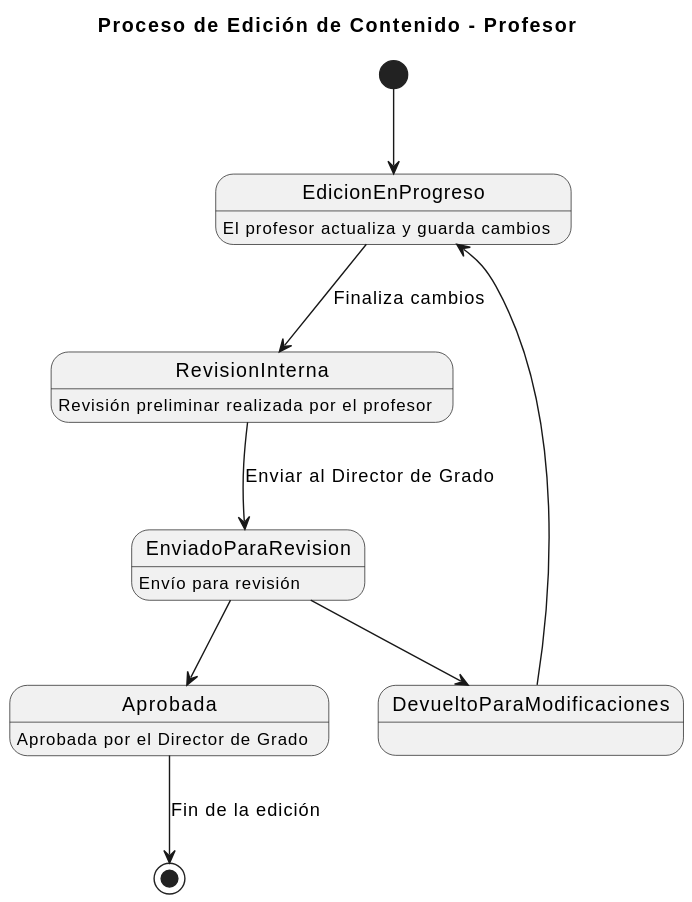
Earlier version of the PlantUML export images/modelosUML/DiagramaEstados/DiagramaDeEstados_EdicionProfesor.svg (mmasias/24-25-IdSw1-SDR). Source of this version:
```plantuml
@startuml
title Proceso de Edición de Contenido - Profesor

[*] --> EdicionEnProgreso
EdicionEnProgreso : El profesor actualiza y guarda cambios

EdicionEnProgreso --> RevisionInterna : Finaliza cambios
RevisionInterna : Revisión preliminar realizada por el profesor

RevisionInterna --> EnviadoParaRevision : Enviar al Director de Grado
EnviadoParaRevision : Envío para revisión

EnviadoParaRevision --> DevueltoParaModificaciones
EnviadoParaRevision --> Aprobada
Aprobada : Aprobada por el Director de Grado
DevueltoParaModificaciones --> EdicionEnProgreso

Aprobada --> [*] : Fin de la edición
@enduml
```
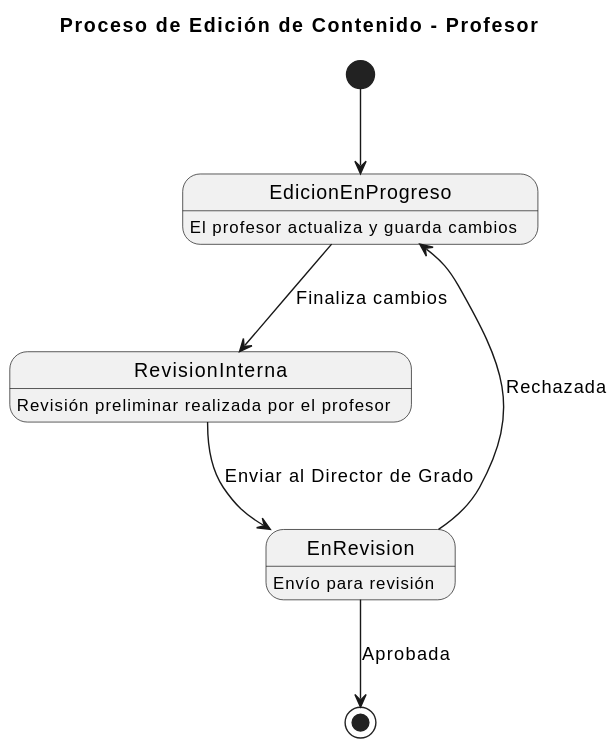
After the change.

Commit message:
Diagramas en orden y EdicionProfesor mejorado

Diff of the diagram source:
```diff
@@ -7,13 +7,9 @@
 EdicionEnProgreso --> RevisionInterna : Finaliza cambios
 RevisionInterna : Revisión preliminar realizada por el profesor
 
-RevisionInterna --> EnviadoParaRevision : Enviar al Director de Grado
-EnviadoParaRevision : Envío para revisión
+RevisionInterna --> EnRevision : Enviar al Director de Grado
+EnRevision: Envío para revisión
 
-EnviadoParaRevision --> DevueltoParaModificaciones
-EnviadoParaRevision --> Aprobada
-Aprobada : Aprobada por el Director de Grado
-DevueltoParaModificaciones --> EdicionEnProgreso
-
-Aprobada --> [*] : Fin de la edición
+EnRevision --> EdicionEnProgreso : Rechazada
+EnRevision --> [*] : Aprobada
 @enduml
```
